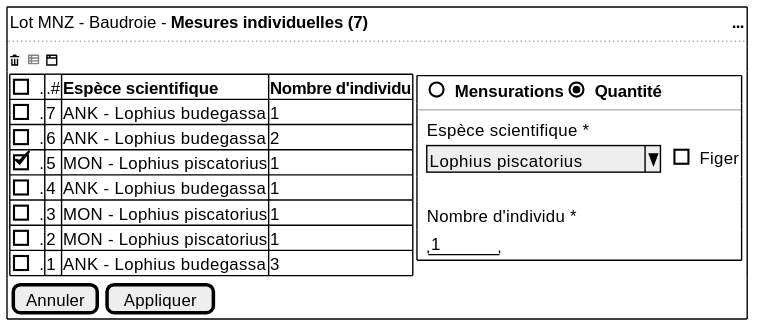
Earlier version of the PlantUML export projects/common/spe/images/individual-measures-quantity.svg (sumaris-net/sumaris-doc). Source of this version:
```plantuml
@startsalt
 {+
  { Lot MNZ - Baudroie - <b>Mesures individuelles (7) | . | . |. |. |. |. |. |. |. |. |. |. |. |. |. |. |. |. |. |. |. |. |. |. |. |. |. |. |. |. |. |. |. |. |. |. |. |. |. |. |. |. |. |. |. |. |. |. |. |. |. | <b> ...}
  ..
  <&trash> <color:grey><&spreadsheet></color> <&browser>

  {
	{#
      [].| .# | <b>Espèce scientifique | <b>Nombre d'individu
      [].| 7 | ANK - Lophius budegassa   | 1
      [].| 6 | ANK - Lophius budegassa   | 2
      [X].| 5 | MON - Lophius piscatorius | 1
      [].| 4 | ANK - Lophius budegassa    | 1
      [].| 3 | MON - Lophius piscatorius |  1
      [].| 2 | MON - Lophius piscatorius |  1
      [].| 1 | ANK - Lophius budegassa   |  3
    } |

    {
      {+
        { | . | ()  <b>Mensurations | (X)  <b>Quantité | . | . | . | . | . }
        --
        { | . | Espèce scientifique *  | . }
        { | . | ^Lophius piscatorius^   | .  | [ ] Figer }
        .
        { | . | Nombre d'individu * | .  }
        { | . | "   1  "  | .   }
        }
     }
    }
    {[Annuler] | [Appliquer]}
  }
@endsalt
```
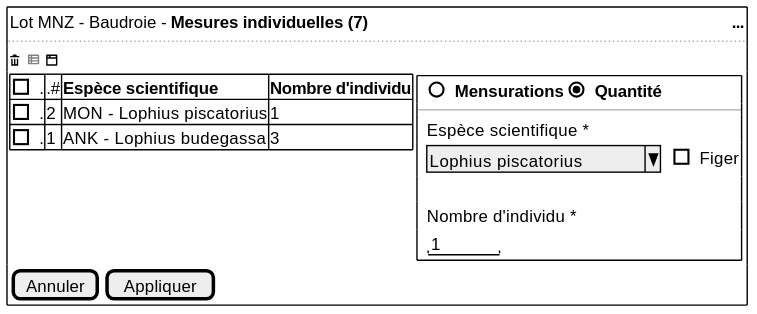
The same diagram one commit later.

What changed in the source:
```diff
@@ -7,11 +7,6 @@
   {
 	{#
       [].| .# | <b>Espèce scientifique | <b>Nombre d'individu
-      [].| 7 | ANK - Lophius budegassa   | 1
-      [].| 6 | ANK - Lophius budegassa   | 2
-      [X].| 5 | MON - Lophius piscatorius | 1
-      [].| 4 | ANK - Lophius budegassa    | 1
-      [].| 3 | MON - Lophius piscatorius |  1
       [].| 2 | MON - Lophius piscatorius |  1
       [].| 1 | ANK - Lophius budegassa   |  3
     } |
```
